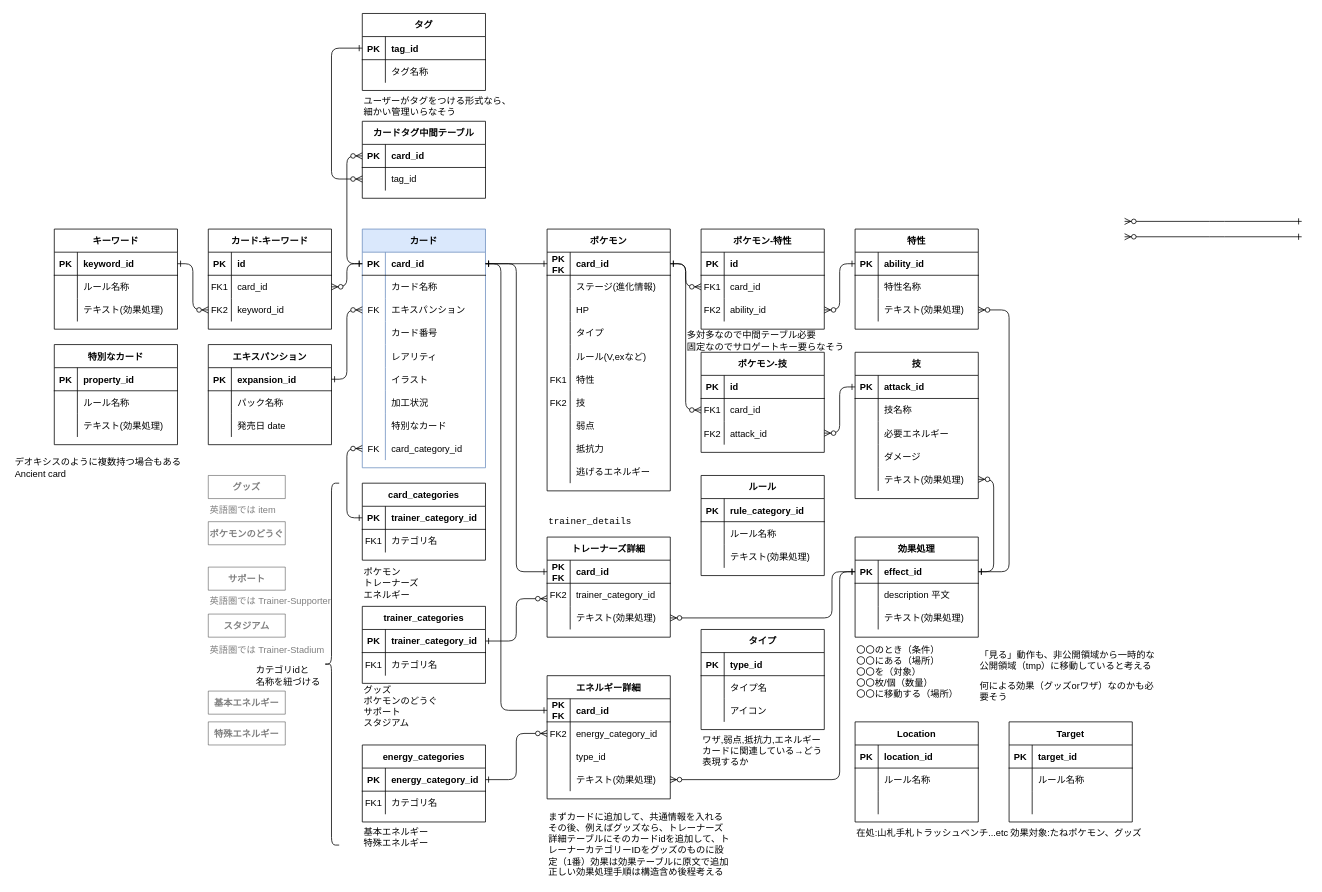
Before: page "ER図ver2" (4 of 11) of データベース草案.drawio in tinatamago/ptcg, a draw.io diagram. Source tidied: cells renumbered, new cells numbered last; positions are measured from the earlier drawing's top-left corner, leaving out a move shared by most shapes. Both pictures are drawn from the tidied source at 77%, with x=0, y=0 at pixel (13, 13).
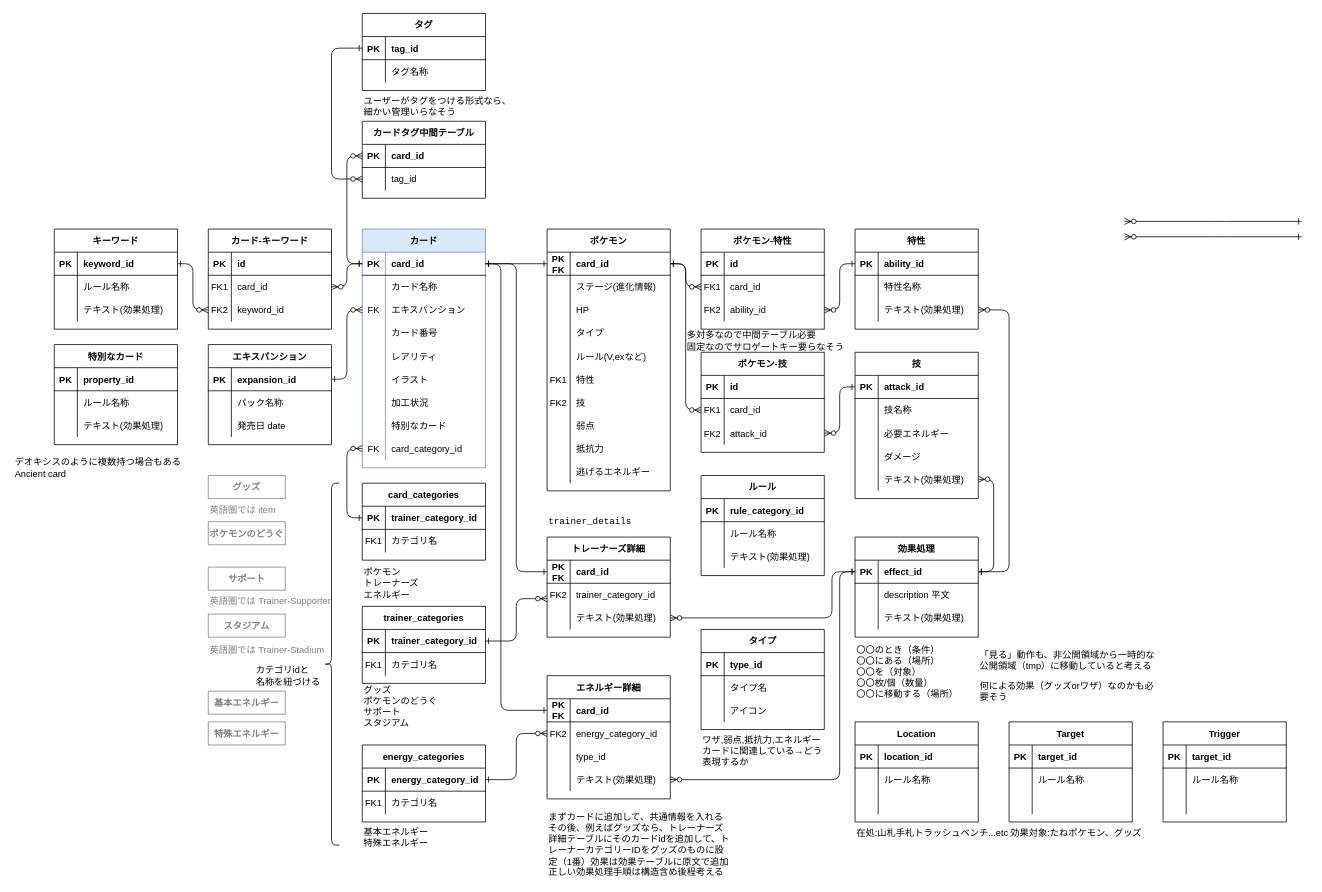
The same page after the edit.

Commit message:
データベース草案.drawio を更新します

The edit, as a diff of the source:
```diff
@@
+    <mxCell id="301" value="Trigger" style="shape=table;startSize=30;childLayout=tableLayout;rowLines=0;fontStyle=1;align=center;" parent="1" vertex="1">
+      <mxGeometry x="1493" y="920" width="160" height="130" as="geometry" />
+    </mxCell>
+    <mxCell id="302" style="shape=partialRectangle;fillColor=none;top=0;left=0;right=0;bottom=1;" parent="301" vertex="1">
+      <mxGeometry y="30" width="160" height="30" as="geometry" />
+    </mxCell>
+    <mxCell id="303" value="PK" style="shape=partialRectangle;overflow=hidden;fillColor=none;top=0;left=0;bottom=0;right=0;fontStyle=1;" parent="302" vertex="1">
+      <mxGeometry width="30" height="30" as="geometry" />
+    </mxCell>
+    <mxCell id="304" value="target_id" style="shape=partialRectangle;overflow=hidden;fillColor=none;top=0;left=0;bottom=0;right=0;align=left;spacingLeft=6;fontStyle=1;" parent="302" vertex="1">
+      <mxGeometry x="30" width="130" height="30" as="geometry" />
+    </mxCell>
+    <mxCell id="305" style="shape=partialRectangle;fillColor=none;top=0;left=0;right=0;bottom=0;" parent="301" vertex="1">
+      <mxGeometry y="60" width="160" height="30" as="geometry" />
+    </mxCell>
+    <mxCell id="306" style="shape=partialRectangle;overflow=hidden;fillColor=none;top=0;left=0;bottom=0;right=0;" parent="305" vertex="1">
+      <mxGeometry width="30" height="30" as="geometry" />
+    </mxCell>
+    <mxCell id="307" value="ルール名称" style="shape=partialRectangle;overflow=hidden;fillColor=none;top=0;left=0;bottom=0;right=0;align=left;spacingLeft=6;" parent="305" vertex="1">
+      <mxGeometry x="30" width="130" height="30" as="geometry" />
+    </mxCell>
+    <mxCell id="308" style="shape=partialRectangle;fillColor=none;top=0;left=0;right=0;bottom=0;" parent="301" vertex="1">
+      <mxGeometry y="90" width="160" height="30" as="geometry" />
+    </mxCell>
+    <mxCell id="309" style="shape=partialRectangle;overflow=hidden;fillColor=none;top=0;left=0;bottom=0;right=0;" parent="308" vertex="1">
+      <mxGeometry width="30" height="30" as="geometry" />
+    </mxCell>
+    <mxCell id="310" style="shape=partialRectangle;overflow=hidden;fillColor=none;top=0;left=0;bottom=0;right=0;align=left;spacingLeft=6;" parent="308" vertex="1">
+      <mxGeometry x="30" width="130" height="30" as="geometry" />
+    </mxCell>
```
